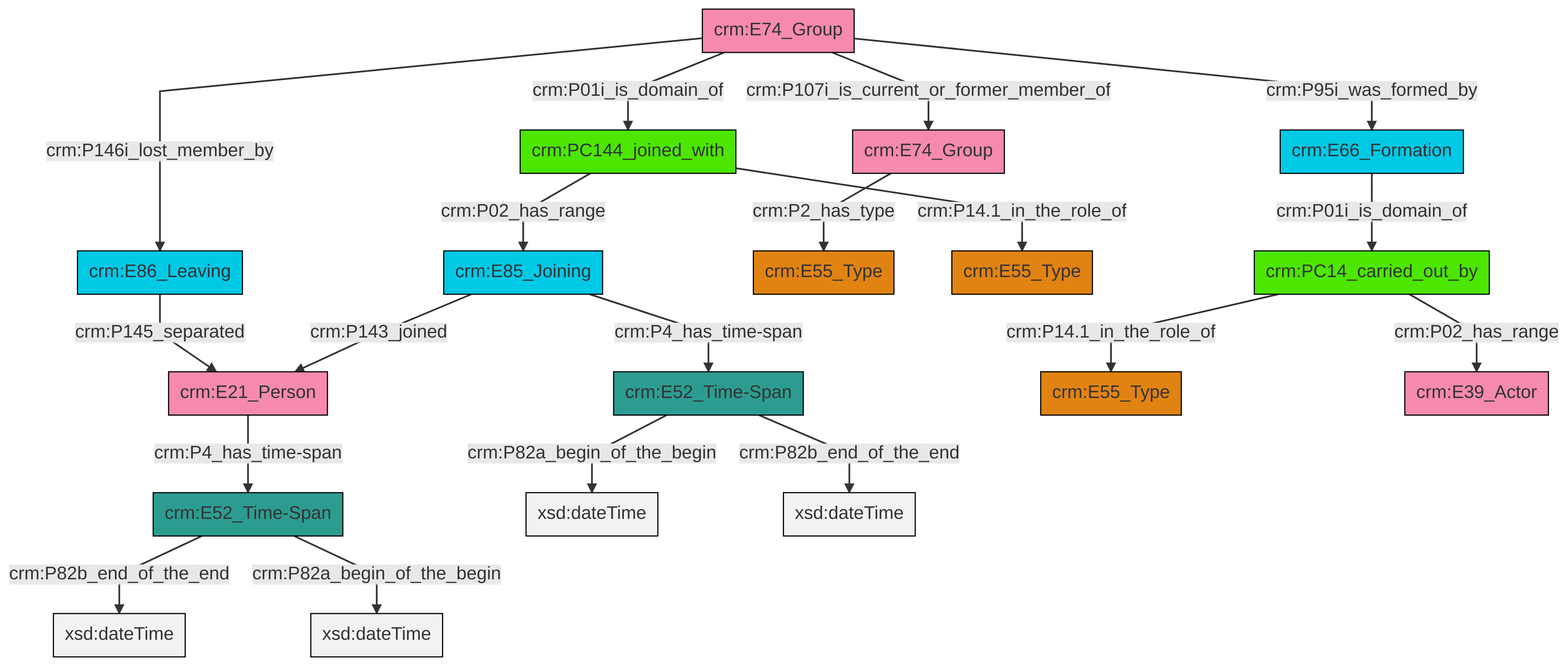
The Mermaid diagram et/groupCSV/ttl/mmd/png/group_actor_relations.png in swiss-art-research-net/docs.swissartresearch, before a commit. Its source is kept beside it as et/groupCSV/ttl/mmd/group_actor_relations.ttl.mmd.
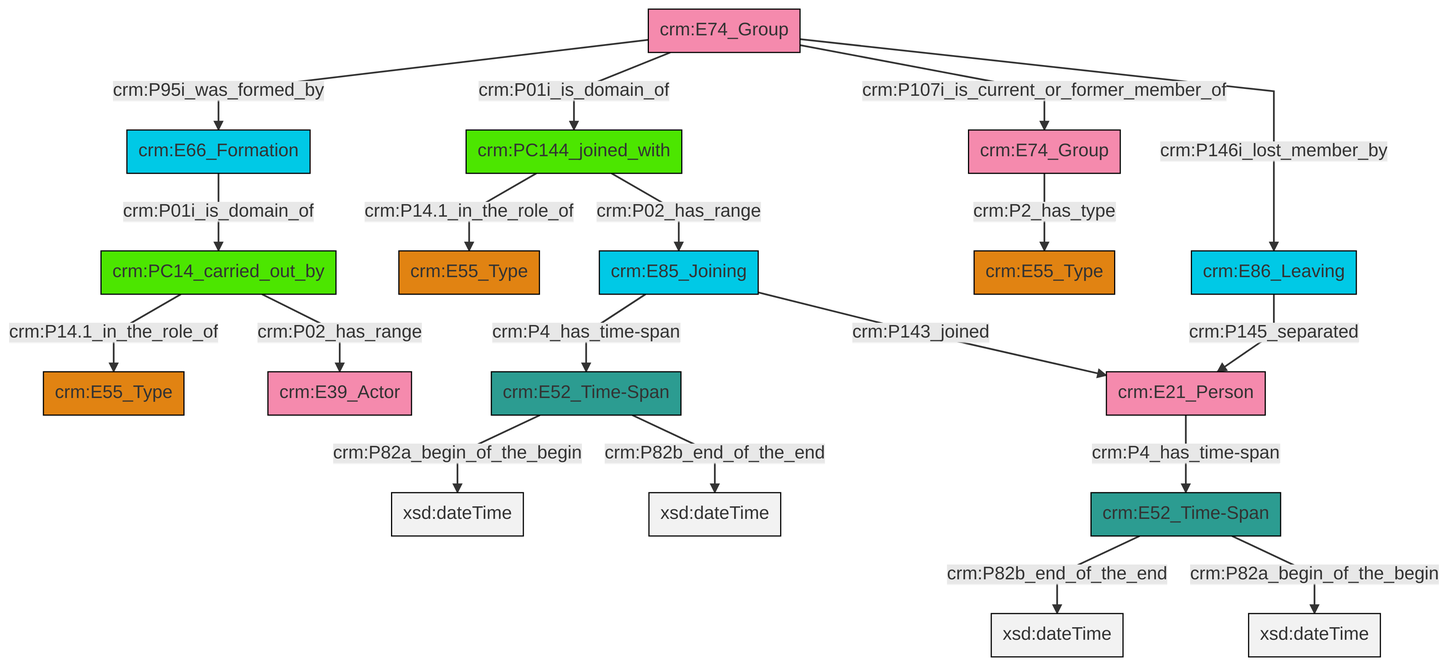
The same diagram one commit later.

The edit, as a diff of the source:
```diff
@@ -13,21 +13,21 @@
 classDef PC_Classes fill:#4ce600, stroke:#000000;
 classDef Multi fill:#cccccc,stroke:#000000;
 
-4["crm:E52_Time-Span"]:::Time-Span -->|crm:P82b_end_of_the_end| 5[xsd:dateTime]:::Literal
-6["crm:E85_Joining"]:::Temporal_Entity -->|crm:P143_joined| 7["crm:E21_Person"]:::Actor
-2["crm:E52_Time-Span"]:::Time-Span -->|crm:P82a_begin_of_the_begin| 8[xsd:dateTime]:::Literal
-9["crm:E86_Leaving"]:::Temporal_Entity -->|crm:P145_separated| 7["crm:E21_Person"]:::Actor
-14["crm:E74_Group"]:::Actor -->|crm:P107i_is_current_or_former_member_of| 0["crm:E74_Group"]:::Actor
-4["crm:E52_Time-Span"]:::Time-Span -->|crm:P82a_begin_of_the_begin| 22[xsd:dateTime]:::Literal
-10["crm:PC144_joined_with"]:::PC_Classes -->|crm:P02_has_range| 6["crm:E85_Joining"]:::Temporal_Entity
-14["crm:E74_Group"]:::Actor -->|crm:P01i_is_domain_of| 10["crm:PC144_joined_with"]:::PC_Classes
-2["crm:E52_Time-Span"]:::Time-Span -->|crm:P82b_end_of_the_end| 27[xsd:dateTime]:::Literal
-10["crm:PC144_joined_with"]:::PC_Classes -->|crm:P14.1_in_the_role_of| 23["crm:E55_Type"]:::Type
-30["crm:PC14_carried_out_by"]:::PC_Classes -->|crm:P14.1_in_the_role_of| 16["crm:E55_Type"]:::Type
-6["crm:E85_Joining"]:::Temporal_Entity -->|crm:P4_has_time-span| 2["crm:E52_Time-Span"]:::Time-Span
-30["crm:PC14_carried_out_by"]:::PC_Classes -->|crm:P02_has_range| 25["crm:E39_Actor"]:::Actor
-14["crm:E74_Group"]:::Actor -->|crm:P95i_was_formed_by| 18["crm:E66_Formation"]:::Temporal_Entity
-7["crm:E21_Person"]:::Actor -->|crm:P4_has_time-span| 4["crm:E52_Time-Span"]:::Time-Span
-14["crm:E74_Group"]:::Actor -->|crm:P146i_lost_member_by| 9["crm:E86_Leaving"]:::Temporal_Entity
-18["crm:E66_Formation"]:::Temporal_Entity -->|crm:P01i_is_domain_of| 30["crm:PC14_carried_out_by"]:::PC_Classes
-0["crm:E74_Group"]:::Actor -->|crm:P2_has_type| 20["crm:E55_Type"]:::Type
+0["crm:E86_Leaving"]:::Temporal_Entity -->|crm:P145_separated| 1["crm:E21_Person"]:::Actor
+2["crm:E52_Time-Span"]:::Time-Span -->|crm:P82a_begin_of_the_begin| 3[xsd:dateTime]:::Literal
+6["crm:PC144_joined_with"]:::PC_Classes -->|crm:P14.1_in_the_role_of| 7["crm:E55_Type"]:::Type
+2["crm:E52_Time-Span"]:::Time-Span -->|crm:P82b_end_of_the_end| 8[xsd:dateTime]:::Literal
+11["crm:E52_Time-Span"]:::Time-Span -->|crm:P82b_end_of_the_end| 12[xsd:dateTime]:::Literal
+17["crm:E85_Joining"]:::Temporal_Entity -->|crm:P4_has_time-span| 2["crm:E52_Time-Span"]:::Time-Span
+11["crm:E52_Time-Span"]:::Time-Span -->|crm:P82a_begin_of_the_begin| 18[xsd:dateTime]:::Literal
+17["crm:E85_Joining"]:::Temporal_Entity -->|crm:P143_joined| 1["crm:E21_Person"]:::Actor
+13["crm:E74_Group"]:::Actor -->|crm:P95i_was_formed_by| 19["crm:E66_Formation"]:::Temporal_Entity
+22["crm:PC14_carried_out_by"]:::PC_Classes -->|crm:P14.1_in_the_role_of| 4["crm:E55_Type"]:::Type
+1["crm:E21_Person"]:::Actor -->|crm:P4_has_time-span| 11["crm:E52_Time-Span"]:::Time-Span
+13["crm:E74_Group"]:::Actor -->|crm:P01i_is_domain_of| 6["crm:PC144_joined_with"]:::PC_Classes
+13["crm:E74_Group"]:::Actor -->|crm:P107i_is_current_or_former_member_of| 9["crm:E74_Group"]:::Actor
+6["crm:PC144_joined_with"]:::PC_Classes -->|crm:P02_has_range| 17["crm:E85_Joining"]:::Temporal_Entity
+9["crm:E74_Group"]:::Actor -->|crm:P2_has_type| 15["crm:E55_Type"]:::Type
+22["crm:PC14_carried_out_by"]:::PC_Classes -->|crm:P02_has_range| 33["crm:E39_Actor"]:::Actor
+19["crm:E66_Formation"]:::Temporal_Entity -->|crm:P01i_is_domain_of| 22["crm:PC14_carried_out_by"]:::PC_Classes
+13["crm:E74_Group"]:::Actor -->|crm:P146i_lost_member_by| 0["crm:E86_Leaving"]:::Temporal_Entity
```
